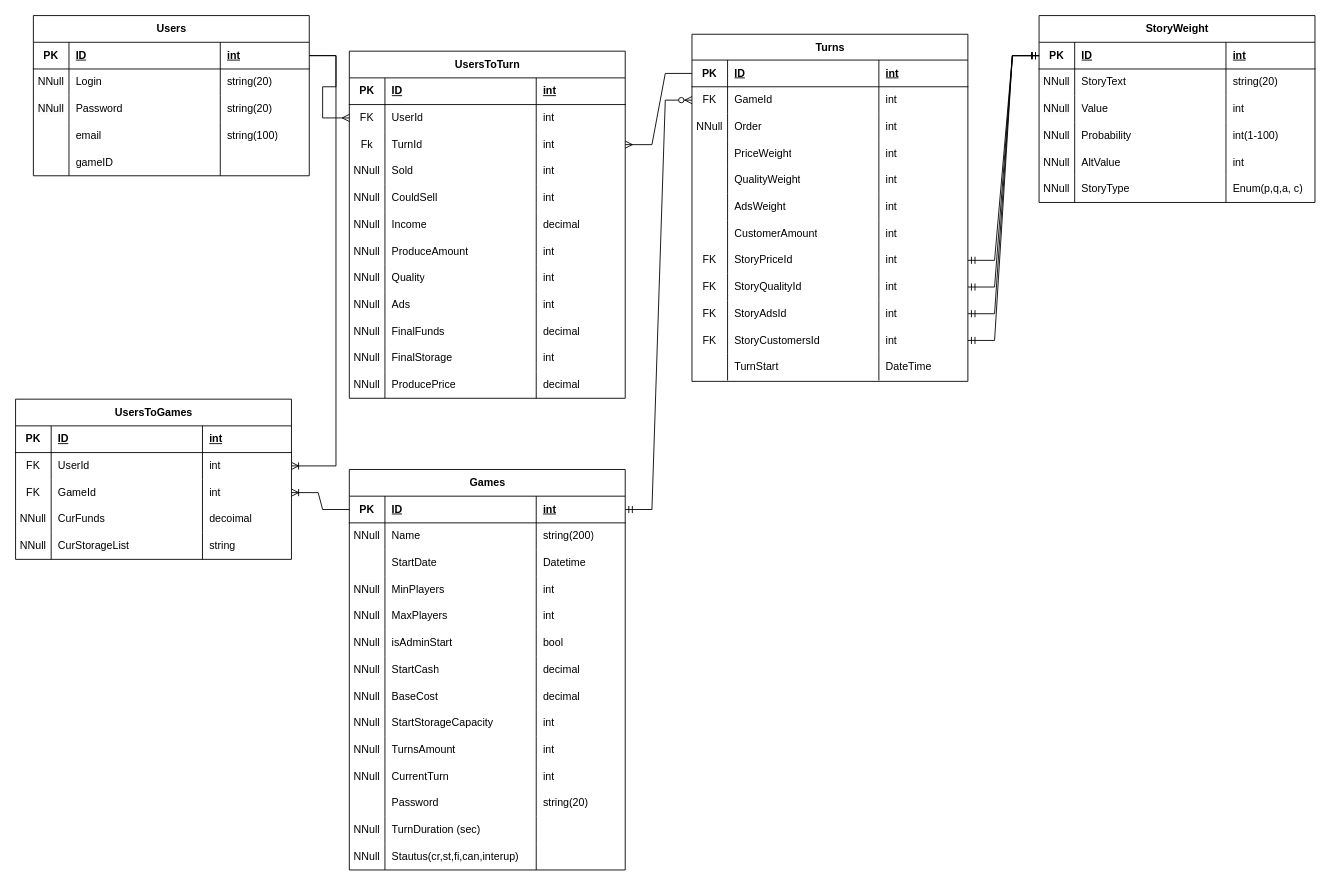
Above: ERDTravellingB.drawio in ligertgit/sdudy (draw.io), before the change. Source tidied: cells renumbered, new cells numbered last; positions are measured from the earlier drawing's top-left corner, leaving out a move shared by most shapes. Both pictures are drawn from the tidied source at 89%, with x=0, y=0 at pixel (15, 15).
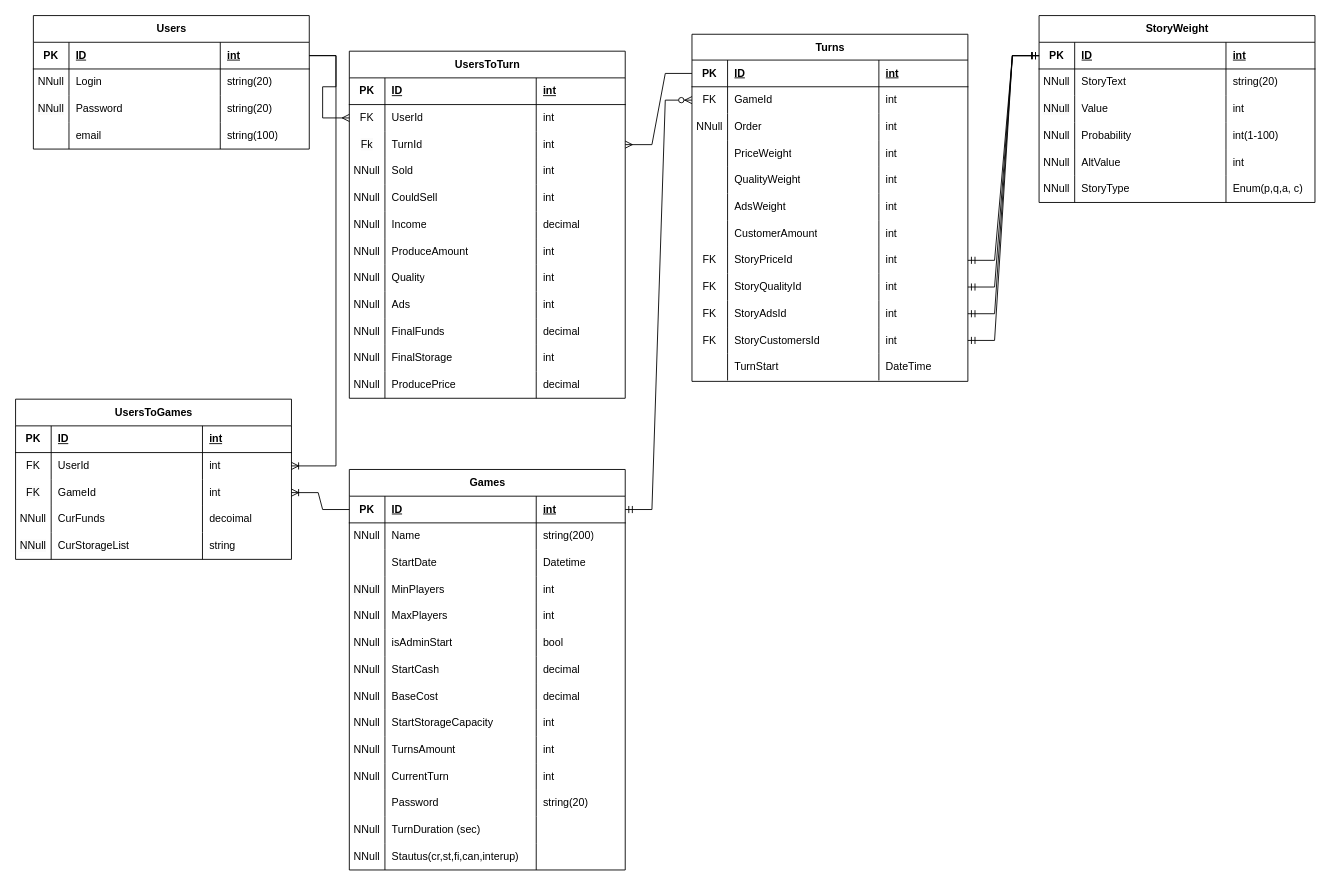
The same page after the edit.

Change to the diagram source:
```diff
@@
     <mxCell id="2" value="Users" style="shape=table;startSize=30;childLayout=tableLayout;rowLines=0;fontStyle=1;align=center;html=1;" parent="1" vertex="1">
-      <mxGeometry x="20" width="310" height="180" as="geometry" />
+      <mxGeometry x="20" width="310" height="150" as="geometry" />
     </mxCell>
@@
-    <mxCell id="19" style="shape=tableRow;horizontal=0;startSize=0;swimlaneHead=0;swimlaneBody=0;fillColor=none;top=0;left=0;right=0;bottom=0;" parent="2" vertex="1">
-      <mxGeometry y="150" width="310" height="30" as="geometry" />
-    </mxCell>
-    <mxCell id="20" style="shape=partialRectangle;fillColor=none;top=0;left=0;bottom=0;right=0;overflow=hidden;whiteSpace=wrap;html=1;" parent="19" vertex="1">
-      <mxGeometry width="40" height="30" as="geometry" />
-    </mxCell>
-    <mxCell id="21" value="gameID" style="shape=partialRectangle;fillColor=none;top=0;left=0;bottom=0;right=0;align=left;spacingLeft=6;overflow=hidden;whiteSpace=wrap;html=1;" parent="19" vertex="1">
-      <mxGeometry x="40" width="170" height="30" as="geometry" />
-    </mxCell>
-    <mxCell id="22" style="shape=partialRectangle;fillColor=none;top=0;left=0;bottom=0;right=0;align=left;spacingLeft=6;overflow=hidden;whiteSpace=wrap;html=1;" parent="19" vertex="1">
-      <mxGeometry x="210" width="100" height="30" as="geometry" />
-    </mxCell>
```
